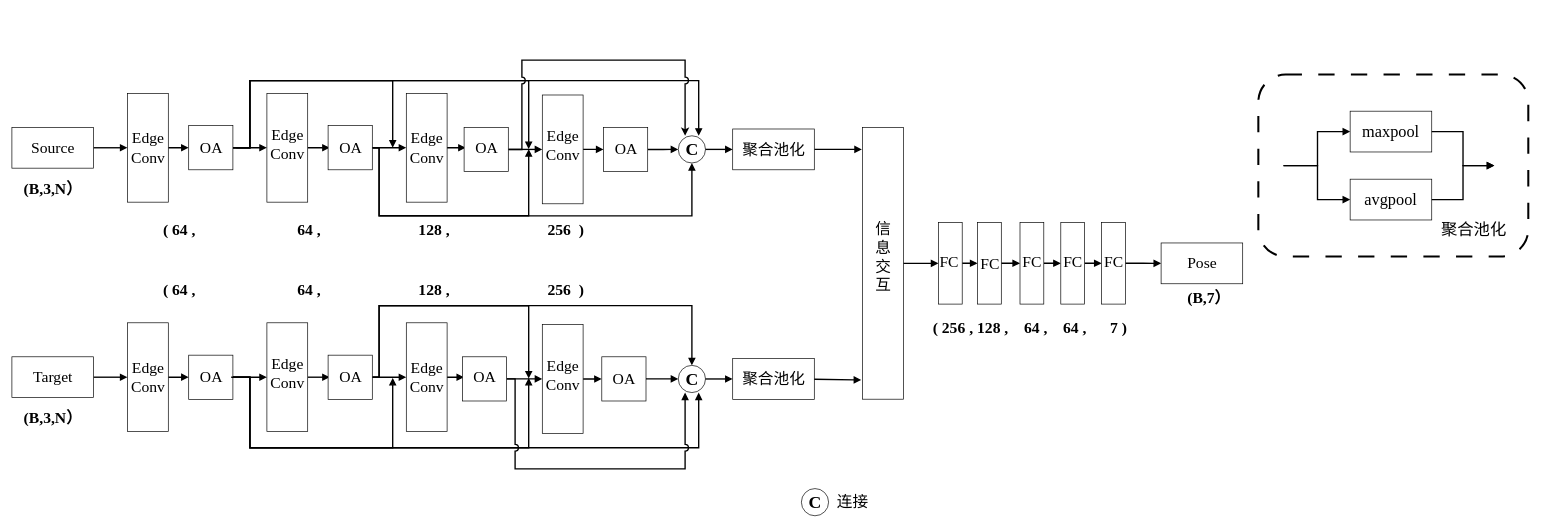
Above: 未命名绘图3.drawio in hyxy1906sbr/intelagr (draw.io), before the change. Source tidied: cells renumbered, new cells numbered last; positions are measured from the earlier drawing's top-left corner, leaving out a move shared by most shapes. Both pictures are drawn from the tidied source at 68%, with x=0, y=0 at pixel (12, 60).
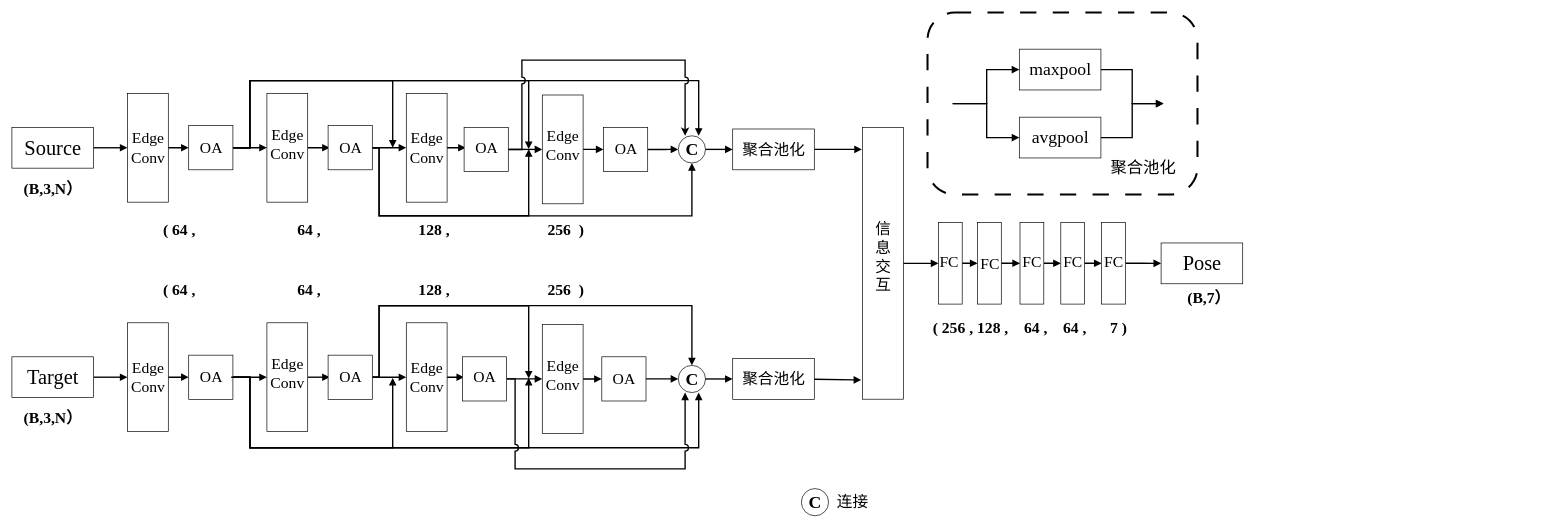
The same page after the edit.

Commit message:
更新未命名绘图3.drawio

What changed in the source:
```diff
@@
-    <mxCell id="4" value="&lt;font face=&quot;Times New Roman&quot; style=&quot;font-size: 23px;&quot;&gt;Source&lt;/font&gt;" style="text;html=1;align=center;verticalAlign=middle;strokeColor=none;fillColor=none;" parent="1" vertex="1">
-      <mxGeometry x="15" y="108.8" width="90" height="40" as="geometry" />
+    <mxCell id="4" value="&lt;font face=&quot;Times New Roman&quot; style=&quot;font-size: 30px;&quot;&gt;Source&lt;/font&gt;" style="text;html=1;align=center;verticalAlign=middle;strokeColor=none;fillColor=none;" parent="1" vertex="1">
+      <mxGeometry x="5" y="103.8" width="110" height="50" as="geometry" />
     </mxCell>
@@
-    <mxCell id="7" value="&lt;font face=&quot;Times New Roman&quot; style=&quot;font-size: 23px;&quot;&gt;Target&lt;/font&gt;" style="text;html=1;align=center;verticalAlign=middle;strokeColor=none;fillColor=none;" parent="1" vertex="1">
-      <mxGeometry x="20" y="446.2" width="80" height="40" as="geometry" />
+    <mxCell id="7" value="&lt;font face=&quot;Times New Roman&quot; style=&quot;font-size: 30px;&quot;&gt;Target&lt;/font&gt;" style="text;html=1;align=center;verticalAlign=middle;strokeColor=none;fillColor=none;" parent="1" vertex="1">
+      <mxGeometry x="10" y="441.2" width="100" height="50" as="geometry" />
     </mxCell>
@@
-    <mxCell id="98" value="&lt;font face=&quot;Times New Roman&quot;&gt;Pose&lt;/font&gt;" style="text;html=1;align=center;verticalAlign=middle;strokeColor=none;fillColor=none;fontSize=23;fontFamily=宋体;" parent="1" vertex="1">
-      <mxGeometry x="1715" y="278.2" width="70" height="40" as="geometry" />
+    <mxCell id="98" value="&lt;font style=&quot;font-size: 30px;&quot; face=&quot;Times New Roman&quot;&gt;Pose&lt;/font&gt;" style="text;html=1;align=center;verticalAlign=middle;strokeColor=none;fillColor=none;fontSize=23;fontFamily=宋体;" parent="1" vertex="1">
+      <mxGeometry x="1710" y="273.2" width="80" height="50" as="geometry" />
     </mxCell>
@@
     <mxCell id="111" style="rounded=1;whiteSpace=wrap;html=1;dashed=1;dashPattern=8 8;fillStyle=hatch;fontFamily=宋体;fontSize=23;strokeWidth=3;" parent="1" vertex="1">
-      <mxGeometry x="1833" y="21.2" width="397" height="267.5" as="geometry" />
+      <mxGeometry x="1346.5" y="-70" width="397" height="267.5" as="geometry" />
     </mxCell>
@@
-    <mxCell id="113" value="&lt;font face=&quot;Times New Roman&quot; style=&quot;font-size: 24px;&quot;&gt;maxpool&lt;/font&gt;" style="rounded=0;whiteSpace=wrap;html=1;fillStyle=hatch;fontFamily=宋体;fontSize=23;" parent="1" vertex="1">
-      <mxGeometry x="1968" y="75" width="120" height="60" as="geometry" />
+    <mxCell id="113" value="&lt;font face=&quot;Times New Roman&quot; style=&quot;font-size: 26px;&quot;&gt;maxpool&lt;/font&gt;" style="rounded=0;whiteSpace=wrap;html=1;fillStyle=hatch;fontFamily=宋体;fontSize=23;" parent="1" vertex="1">
+      <mxGeometry x="1481.5" y="-16.2" width="120" height="60" as="geometry" />
     </mxCell>
@@
-    <mxCell id="115" value="&lt;font face=&quot;Times New Roman&quot; style=&quot;font-size: 24px;&quot;&gt;avgpool&lt;/font&gt;" style="rounded=0;whiteSpace=wrap;html=1;fillStyle=hatch;fontFamily=宋体;fontSize=23;" parent="1" vertex="1">
-      <mxGeometry x="1968" y="175" width="120" height="60" as="geometry" />
+    <mxCell id="115" value="&lt;font face=&quot;Times New Roman&quot; style=&quot;font-size: 26px;&quot;&gt;avgpool&lt;/font&gt;" style="rounded=0;whiteSpace=wrap;html=1;fillStyle=hatch;fontFamily=宋体;fontSize=23;" parent="1" vertex="1">
+      <mxGeometry x="1481.5" y="83.8" width="120" height="60" as="geometry" />
     </mxCell>
     <mxCell id="116" style="edgeStyle=none;jettySize=auto;html=1;rounded=0;strokeWidth=2;fontFamily=Times New Roman;fontSize=24;endArrow=block;endFill=1;entryX=0;entryY=0.5;entryDx=0;entryDy=0;" parent="1" edge="1" target="113">
       <mxGeometry relative="1" as="geometry">
-        <mxPoint x="1870" y="155" as="sourcePoint" />
+        <mxPoint x="1383.5" y="63.8" as="sourcePoint" />
         <Array as="points">
-          <mxPoint x="1920" y="155" />
-          <mxPoint x="1920" y="105" />
+          <mxPoint x="1433.5" y="63.8" />
+          <mxPoint x="1433.5" y="13.8" />
         </Array>
       </mxGeometry>
     </mxCell>
     <mxCell id="117" style="edgeStyle=none;jettySize=auto;html=1;rounded=0;strokeWidth=2;fontFamily=Times New Roman;fontSize=24;endArrow=block;endFill=1;entryX=0;entryY=0.5;entryDx=0;entryDy=0;exitX=1;exitY=0.5;exitDx=0;exitDy=0;" parent="1" edge="1" target="115">
       <mxGeometry relative="1" as="geometry">
-        <mxPoint x="1870" y="155" as="sourcePoint" />
+        <mxPoint x="1383.5" y="63.8" as="sourcePoint" />
         <Array as="points">
-          <mxPoint x="1920" y="155" />
-          <mxPoint x="1920" y="205" />
+          <mxPoint x="1433.5" y="63.8" />
+          <mxPoint x="1433.5" y="113.8" />
         </Array>
       </mxGeometry>
     </mxCell>
@@
     <mxCell id="119" style="whiteSpace=wrap;html=1;fillStyle=hatch;fontFamily=Times New Roman;fontSize=24;opacity=0;" parent="1" vertex="1">
-      <mxGeometry x="2180" y="115" width="80" height="80" as="geometry" />
+      <mxGeometry x="1693.5" y="23.8" width="80" height="80" as="geometry" />
     </mxCell>
     <mxCell id="120" value="&lt;font face=&quot;宋体&quot;&gt;聚合池化&lt;/font&gt;" style="shape=tape;whiteSpace=wrap;html=1;fillStyle=hatch;fontFamily=Times New Roman;fontSize=24;opacity=0;" parent="1" vertex="1">
-      <mxGeometry x="2090" y="200" width="120" height="100" as="geometry" />
+      <mxGeometry x="1603.5" y="108.8" width="120" height="100" as="geometry" />
     </mxCell>
```
